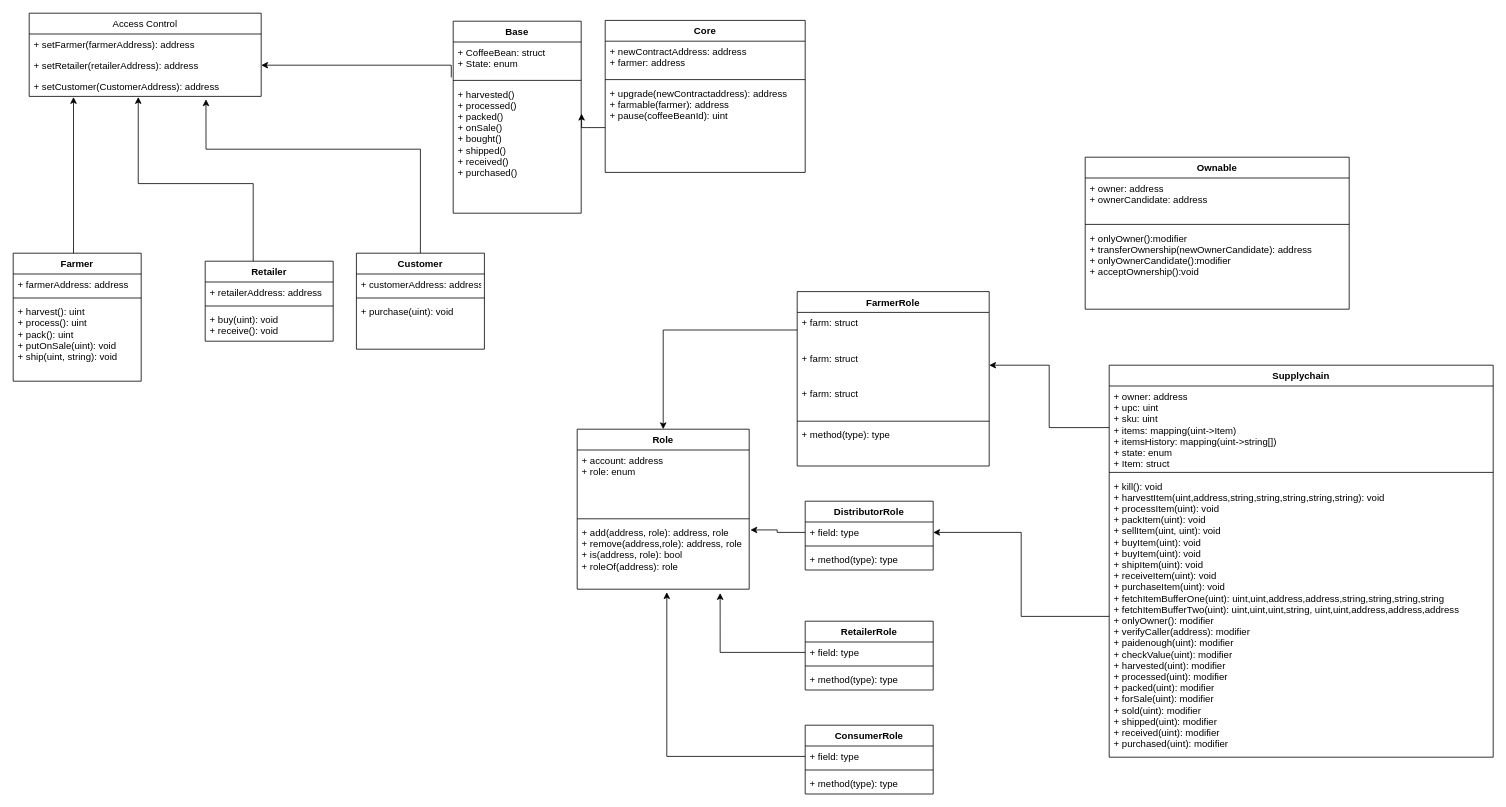
This is UML and write-ups/UML Source/Class Diagram.drawio from abuaesh/CoffeeSupplyChain, a draw.io file, before an edit. Source tidied: cells renumbered, new cells numbered last; positions are measured from the earlier drawing's top-left corner, leaving out a move shared by most shapes. Both pictures are drawn from the tidied source at 80%, with x=0, y=0 at pixel (13, 13).
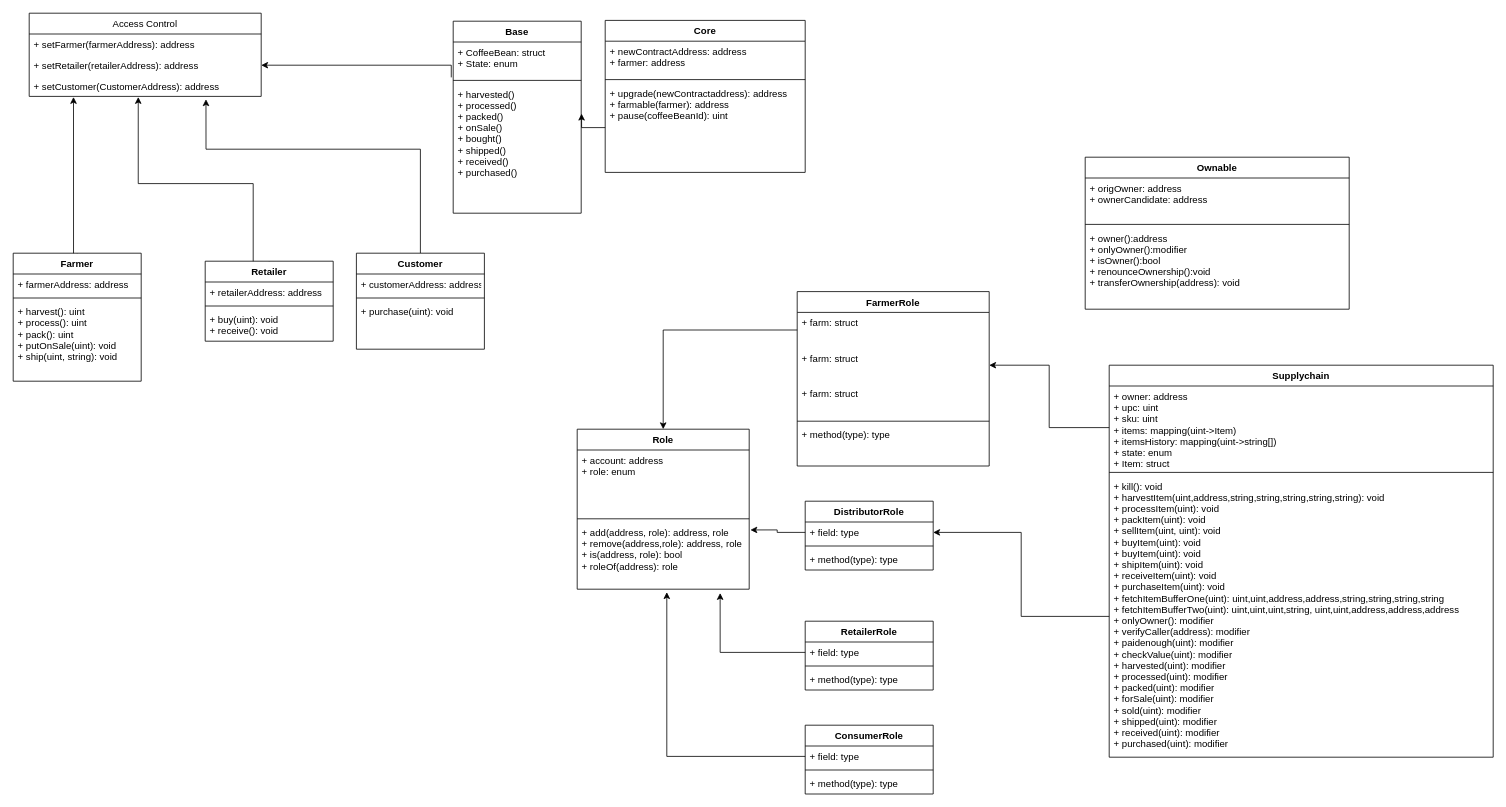
After the change.

The change refers to these unchanged cells:
```xml
<mxCell id="35" value="Ownable" style="swimlane;fontStyle=1;align=center;verticalAlign=top;horizontal=1;startSize=26;" parent="1" vertex="1">
  <mxGeometry x="1340" y="180" width="330" height="190" as="geometry" />
</mxCell>
```

What changed in the source:
```diff
@@
-    <mxCell id="36" value="+ owner: address&#10;+ ownerCandidate: address" style="text;strokeColor=none;fillColor=none;align=left;verticalAlign=top;spacingLeft=4;spacingRight=4;overflow=hidden;" parent="35" vertex="1">
+    <mxCell id="36" value="+ origOwner: address&#10;+ ownerCandidate: address" style="text;strokeColor=none;fillColor=none;align=left;verticalAlign=top;spacingLeft=4;spacingRight=4;overflow=hidden;" parent="35" vertex="1">
       <mxGeometry y="26" width="330" height="54" as="geometry" />
     </mxCell>
@@
-    <mxCell id="38" value="+ onlyOwner():modifier&#10;+ transferOwnership(newOwnerCandidate): address&#10;+ onlyOwnerCandidate():modifier&#10;+ acceptOwnership():void" style="text;strokeColor=none;fillColor=none;align=left;verticalAlign=top;spacingLeft=4;spacingRight=4;overflow=hidden;" parent="35" vertex="1">
+    <mxCell id="38" value="+ owner():address&#10;+ onlyOwner():modifier&#10;+ isOwner():bool&#10;+ renounceOwnership():void&#10;+ transferOwnership(address): void" style="text;strokeColor=none;fillColor=none;align=left;verticalAlign=top;spacingLeft=4;spacingRight=4;overflow=hidden;" parent="35" vertex="1">
       <mxGeometry y="88" width="330" height="102" as="geometry" />
     </mxCell>
```
